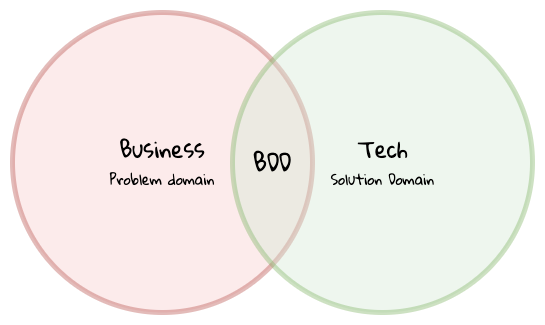
Earlier version of the draw.io export images/ddd-vs-tdd-vs-bdd.png (ddd-book-java/prem-website). Source tidied: cells renumbered, new cells last; positions are measured from the earlier drawing's top-left corner, leaving out a move shared by most shapes. Its diagram source:
```xml
<mxGraphModel>
  <root>
    <mxCell id="0" />
    <mxCell id="1" parent="0" />
    <mxCell id="2" style="ellipse;whiteSpace=wrap;html=1;fillColor=#f8cecc;strokeColor=#b85450;opacity=40;strokeWidth=5;" parent="1" vertex="1">
      <mxGeometry width="300" height="300" as="geometry" />
    </mxCell>
    <mxCell id="3" style="ellipse;whiteSpace=wrap;html=1;fillColor=#d5e8d4;strokeColor=#82b366;opacity=40;strokeWidth=5;" parent="1" vertex="1">
      <mxGeometry x="220" width="300" height="300" as="geometry" />
    </mxCell>
    <mxCell id="4" value="Business&lt;br&gt;&lt;font style=&quot;font-size: 14px&quot;&gt;Problem domain&lt;br&gt;&lt;/font&gt;" style="text;html=1;strokeColor=none;fillColor=none;align=center;verticalAlign=middle;whiteSpace=wrap;rounded=0;opacity=40;fontFamily=Gloria Hallelujah;fontSource=https%3A%2F%2Ffonts.googleapis.com%2Fcss%3Ffamily%3DGloria%2BHallelujah;fontSize=22;" parent="1" vertex="1">
      <mxGeometry x="95" y="120" width="110" height="60" as="geometry" />
    </mxCell>
    <mxCell id="5" value="BDD" style="text;html=1;strokeColor=none;fillColor=none;align=center;verticalAlign=middle;whiteSpace=wrap;rounded=0;opacity=40;fontFamily=Gloria Hallelujah;fontSource=https%3A%2F%2Ffonts.googleapis.com%2Fcss%3Ffamily%3DGloria%2BHallelujah;fontSize=24;" parent="1" vertex="1">
      <mxGeometry x="230" y="135" width="60" height="30" as="geometry" />
    </mxCell>
    <mxCell id="6" value="Tech&lt;br&gt;&lt;font style=&quot;font-size: 14px&quot;&gt;Solution Domain&lt;/font&gt;" style="text;html=1;strokeColor=none;fillColor=none;align=center;verticalAlign=middle;whiteSpace=wrap;rounded=0;opacity=40;fontFamily=Gloria Hallelujah;fontSource=https%3A%2F%2Ffonts.googleapis.com%2Fcss%3Ffamily%3DGloria%2BHallelujah;fontSize=22;" parent="1" vertex="1">
      <mxGeometry x="287.5" y="135" width="165" height="30" as="geometry" />
    </mxCell>
  </root>
</mxGraphModel>
```
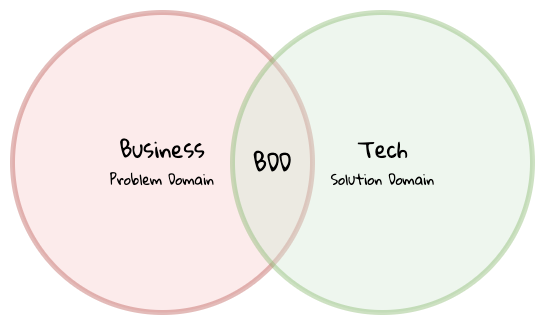
The same diagram one commit later.

The edit, as a diff of the source:
```diff
@@ -8,7 +8,7 @@
     <mxCell id="3" style="ellipse;whiteSpace=wrap;html=1;fillColor=#d5e8d4;strokeColor=#82b366;opacity=40;strokeWidth=5;" parent="1" vertex="1">
       <mxGeometry x="220" width="300" height="300" as="geometry" />
     </mxCell>
-    <mxCell id="4" value="Business&lt;br&gt;&lt;font style=&quot;font-size: 14px&quot;&gt;Problem domain&lt;br&gt;&lt;/font&gt;" style="text;html=1;strokeColor=none;fillColor=none;align=center;verticalAlign=middle;whiteSpace=wrap;rounded=0;opacity=40;fontFamily=Gloria Hallelujah;fontSource=https%3A%2F%2Ffonts.googleapis.com%2Fcss%3Ffamily%3DGloria%2BHallelujah;fontSize=22;" parent="1" vertex="1">
+    <mxCell id="4" value="Business&lt;br&gt;&lt;font style=&quot;font-size: 14px&quot;&gt;Problem Domain&lt;br&gt;&lt;/font&gt;" style="text;html=1;strokeColor=none;fillColor=none;align=center;verticalAlign=middle;whiteSpace=wrap;rounded=0;opacity=40;fontFamily=Gloria Hallelujah;fontSource=https%3A%2F%2Ffonts.googleapis.com%2Fcss%3Ffamily%3DGloria%2BHallelujah;fontSize=22;" parent="1" vertex="1">
       <mxGeometry x="95" y="120" width="110" height="60" as="geometry" />
     </mxCell>
     <mxCell id="5" value="BDD" style="text;html=1;strokeColor=none;fillColor=none;align=center;verticalAlign=middle;whiteSpace=wrap;rounded=0;opacity=40;fontFamily=Gloria Hallelujah;fontSource=https%3A%2F%2Ffonts.googleapis.com%2Fcss%3Ffamily%3DGloria%2BHallelujah;fontSize=24;" parent="1" vertex="1">
```
